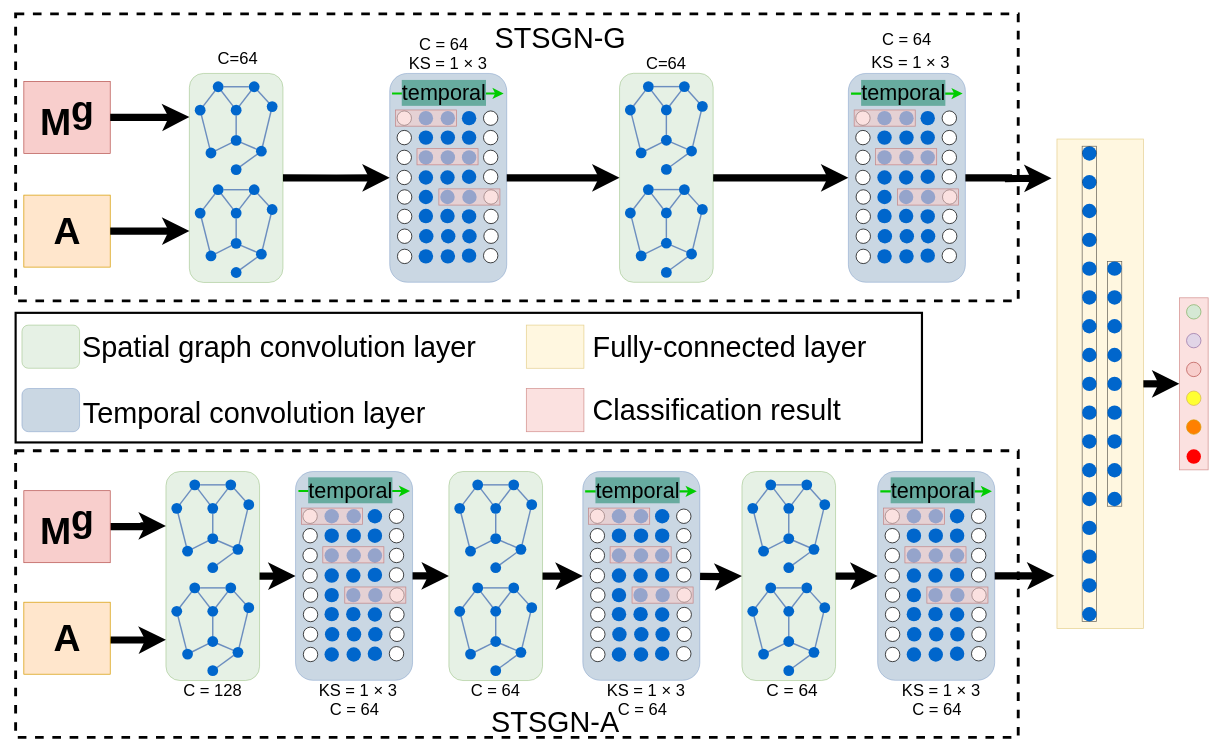
1009351456/Anonymous keeps this draw.io diagram as page "Page-3" (3 of 3) of FG4.drawio. Above is the earlier version. Source tidied: cells renumbered, new cells numbered last; positions are measured from the earlier drawing's top-left corner, leaving out a move shared by most shapes. Both pictures are drawn from the tidied source at 72%, with x=0, y=0 at pixel (15, 14).
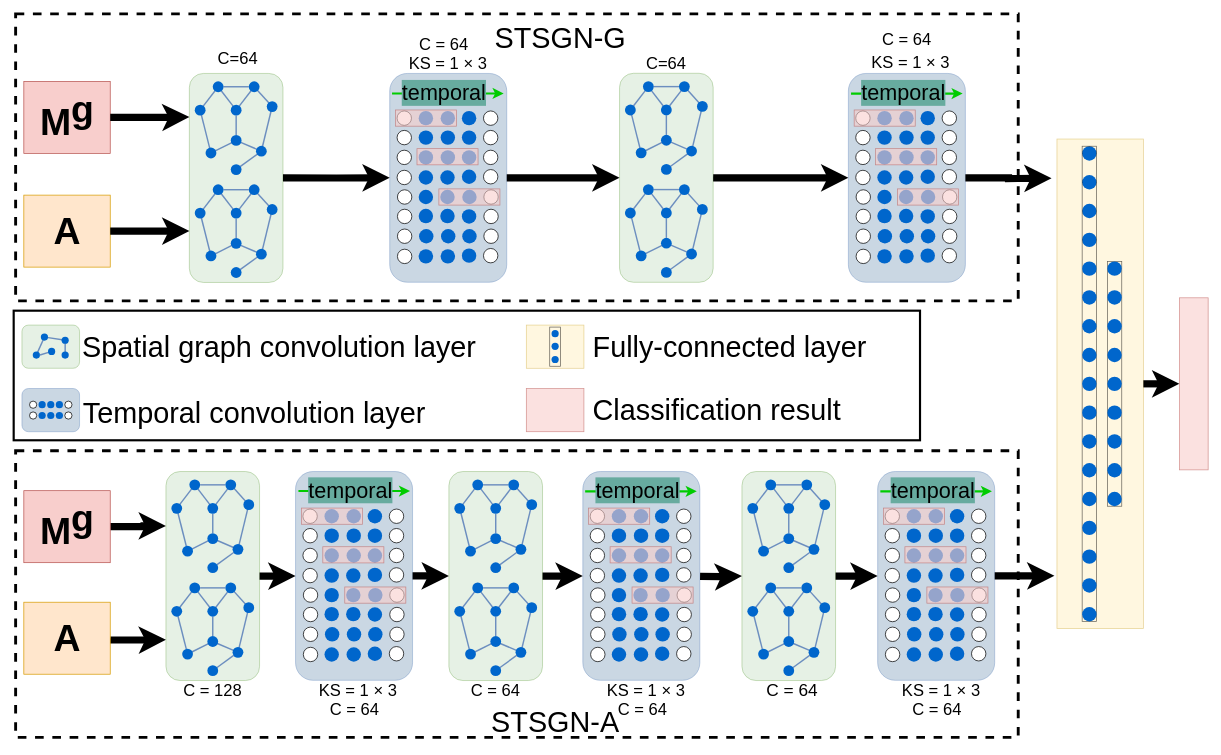
Above is the later version.

Change to the diagram source:
```diff
@@
-    <mxCell id="450" style="shape=ellipse;fillColor=#e1d5e7;strokeColor=#9673a6;html=1;" parent="1" vertex="1">
-      <mxGeometry x="1626.5" y="443.6" width="20" height="20" as="geometry" />
-    </mxCell>
-    <mxCell id="451" style="shape=ellipse;fillColor=#f8cecc;strokeColor=#b85450;html=1;" parent="1" vertex="1">
-      <mxGeometry x="1626.5" y="483.6" width="20" height="20" as="geometry" />
-    </mxCell>
-    <mxCell id="452" style="shape=ellipse;fillColor=#FFFF33;strokeColor=#d6b656;html=1;" parent="1" vertex="1">
-      <mxGeometry x="1626.5" y="523.6" width="20" height="20" as="geometry" />
-    </mxCell>
-    <mxCell id="453" style="shape=ellipse;html=1;strokeColor=#82b366;fillColor=#d5e8d4;" parent="1" vertex="1">
-      <mxGeometry x="1626.5" y="403.6" width="20" height="20" as="geometry" />
-    </mxCell>
-    <mxCell id="454" style="shape=ellipse;html=1;strokeColor=#d79b00;fillColor=#FF8000;" parent="1" vertex="1">
-      <mxGeometry x="1626.5" y="563.6" width="20" height="20" as="geometry" />
-    </mxCell>
-    <mxCell id="455" style="shape=ellipse;html=1;strokeColor=none;fillColor=#FF0000;" parent="1" vertex="1">
-      <mxGeometry x="1626.5" y="604.6" width="20" height="20" as="geometry" />
-    </mxCell>
@@
     <mxCell id="482" style="rounded=0;whiteSpace=wrap;html=1;fontSize=25;strokeWidth=3;" parent="1" vertex="1">
-      <mxGeometry x="0.2" y="415" width="1258.8" height="180" as="geometry" />
+      <mxGeometry x="-2.5" y="412" width="1258.8" height="180" as="geometry" />
     </mxCell>
@@
+    <mxCell id="520" style="endArrow=none;html=1;fontSize=56;strokeWidth=2;fillColor=#dae8fc;strokeColor=#6c8ebf;targetPerimeterSpacing=-2;sourcePerimeterSpacing=-3;" parent="1" edge="1" source="524" target="526">
+      <mxGeometry relative="1" as="geometry" />
+    </mxCell>
+    <mxCell id="521" style="endArrow=none;html=1;fontSize=56;strokeWidth=2;fillColor=#dae8fc;strokeColor=#6c8ebf;targetPerimeterSpacing=-3;sourcePerimeterSpacing=-2;" parent="1" edge="1" source="525" target="524">
+      <mxGeometry relative="1" as="geometry" />
+    </mxCell>
+    <mxCell id="522" style="endArrow=none;html=1;fontSize=56;strokeWidth=2;fillColor=#dae8fc;strokeColor=#6c8ebf;targetPerimeterSpacing=-3;sourcePerimeterSpacing=-3;" parent="1" edge="1" source="526" target="523">
+      <mxGeometry relative="1" as="geometry" />
+    </mxCell>
+    <mxCell id="523" style="shape=ellipse;fillColor=#0066CC;strokeColor=none;html=1;fontSize=11;" parent="1" vertex="1">
+      <mxGeometry x="24" y="468.6" width="10" height="10" as="geometry" />
+    </mxCell>
+    <mxCell id="524" style="shape=ellipse;fillColor=#0066CC;strokeColor=none;html=1;fontSize=11;" parent="1" vertex="1">
+      <mxGeometry x="64" y="448.1" width="10" height="10" as="geometry" />
+    </mxCell>
+    <mxCell id="525" style="shape=ellipse;fillColor=#0066CC;strokeColor=none;html=1;fontSize=11;" parent="1" vertex="1">
+      <mxGeometry x="64" y="468.6" width="10" height="10" as="geometry" />
+    </mxCell>
+    <mxCell id="526" style="shape=ellipse;fillColor=#0066CC;strokeColor=none;html=1;fontSize=11;direction=south;" parent="1" vertex="1">
+      <mxGeometry x="35.2" y="443.6" width="10" height="10" as="geometry" />
+    </mxCell>
+    <mxCell id="527" style="endArrow=none;html=1;fontSize=56;strokeWidth=2;fillColor=#dae8fc;strokeColor=#6c8ebf;targetPerimeterSpacing=-3;sourcePerimeterSpacing=-3;entryX=1;entryY=0.5;entryDx=0;entryDy=0;" parent="1" edge="1" source="528" target="523">
+      <mxGeometry relative="1" as="geometry" />
+    </mxCell>
+    <mxCell id="528" style="shape=ellipse;fillColor=#0066CC;strokeColor=none;html=1;fontSize=11;direction=south;" parent="1" vertex="1">
+      <mxGeometry x="45.2" y="463.6" width="10" height="10" as="geometry" />
+    </mxCell>
+    <mxCell id="529" style="shape=ellipse;fillColor=#0066CC;strokeColor=none;html=1;" parent="1" vertex="1">
+      <mxGeometry x="32" y="537.6" width="10" height="10" as="geometry" />
+    </mxCell>
+    <mxCell id="530" style="shape=ellipse;fillColor=#0066CC;strokeColor=none;html=1;" parent="1" vertex="1">
+      <mxGeometry x="44" y="537.6" width="10" height="10" as="geometry" />
+    </mxCell>
+    <mxCell id="531" style="shape=ellipse;fillColor=#0066CC;strokeColor=none;html=1;" parent="1" vertex="1">
+      <mxGeometry x="56" y="537.6" width="10" height="10" as="geometry" />
+    </mxCell>
+    <mxCell id="532" style="shape=ellipse;html=1;" parent="1" vertex="1">
+      <mxGeometry x="19.5" y="537.6" width="10" height="10" as="geometry" />
+    </mxCell>
+    <mxCell id="533" style="shape=ellipse;html=1;" parent="1" vertex="1">
+      <mxGeometry x="68.5" y="537.6" width="10" height="10" as="geometry" />
+    </mxCell>
+    <mxCell id="534" style="shape=ellipse;fillColor=#0066CC;strokeColor=none;html=1;" parent="1" vertex="1">
+      <mxGeometry x="32" y="552.6" width="10" height="10" as="geometry" />
+    </mxCell>
+    <mxCell id="535" style="shape=ellipse;fillColor=#0066CC;strokeColor=none;html=1;" parent="1" vertex="1">
+      <mxGeometry x="44" y="552.6" width="10" height="10" as="geometry" />
+    </mxCell>
+    <mxCell id="536" style="shape=ellipse;fillColor=#0066CC;strokeColor=none;html=1;" parent="1" vertex="1">
+      <mxGeometry x="56" y="552.6" width="10" height="10" as="geometry" />
+    </mxCell>
+    <mxCell id="537" style="shape=ellipse;html=1;" parent="1" vertex="1">
+      <mxGeometry x="19.5" y="552.6" width="10" height="10" as="geometry" />
+    </mxCell>
+    <mxCell id="538" style="shape=ellipse;html=1;" parent="1" vertex="1">
+      <mxGeometry x="68.5" y="552.6" width="10" height="10" as="geometry" />
+    </mxCell>
+    <mxCell id="539" style="shape=ellipse;fillColor=#0066CC;strokeColor=none;html=1;" parent="1" vertex="1">
+      <mxGeometry x="744.5" y="439" width="10" height="10" as="geometry" />
+    </mxCell>
+    <mxCell id="540" style="shape=ellipse;fillColor=#0066CC;strokeColor=none;html=1;" parent="1" vertex="1">
+      <mxGeometry x="744.5" y="456.5" width="10" height="10" as="geometry" />
+    </mxCell>
+    <mxCell id="541" style="shape=ellipse;fillColor=#0066CC;strokeColor=none;html=1;" parent="1" vertex="1">
+      <mxGeometry x="744.5" y="474.8" width="10" height="10" as="geometry" />
+    </mxCell>
+    <mxCell id="542" style="rounded=0;whiteSpace=wrap;html=1;labelBackgroundColor=#FFFFFF;fillColor=none;gradientColor=none;fontSize=77;opacity=60;" parent="1" vertex="1">
+      <mxGeometry x="742" y="434.8" width="15" height="54.4" as="geometry" />
+    </mxCell>
```
